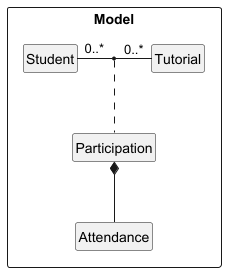
nus-cs2103-AY2425S1/tp keeps this PlantUML diagram as docs/images/ParticipationAsAssociationDiagram.png. Above is the earlier version. Its diagram source:
```plantuml
@startuml

package Model as ModelPackage<<Rectangle>>{
hide circle
hide members
skinparam classAttributeIconSize 0
    class Student
    class Tutorial
    class Participation
    class Attendance

    Participation *-- Attendance

    Student "0..*" -right- "0..*" Tutorial
    (Student, Tutorial). Participation
}

@enduml
```
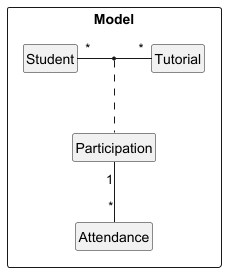
Above is the later version.

The edit, as a diff of the source:
```diff
@@ -9,9 +9,9 @@
     class Participation
     class Attendance
 
-    Participation *-- Attendance
+    Participation "1" -- "*" Attendance
 
-    Student "0..*" -right- "0..*" Tutorial
+    Student "*" -right- "*" Tutorial
     (Student, Tutorial). Participation
 }
 
```
